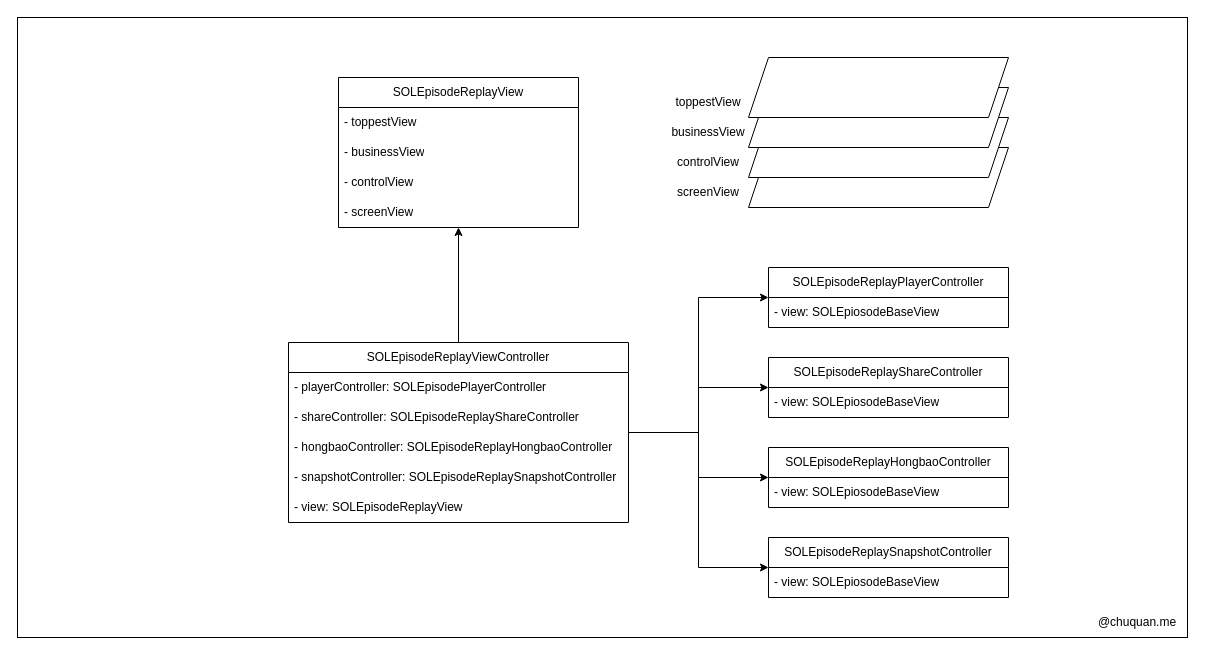
Before: player-arch05.drawio in baochuquan/drawio, a draw.io diagram. Source tidied: cells renumbered, new cells numbered last; positions are measured from the earlier drawing's top-left corner, leaving out a move shared by most shapes. Both pictures are drawn from the tidied source at 100%, with x=0, y=0 at pixel (17, 17).
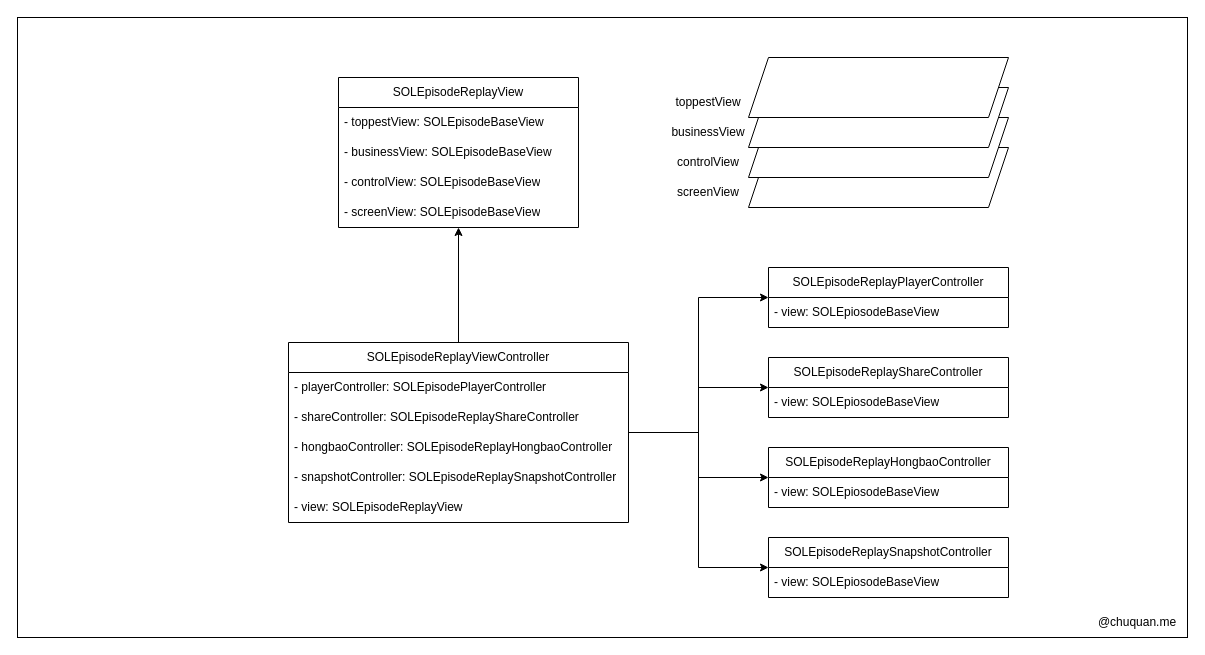
Above is the later version.

The change refers to these unchanged cells:
```xml
<mxCell id="23" value="SOLEpisodeReplayView" style="swimlane;fontStyle=0;horizontal=1;startSize=30;whiteSpace=wrap;html=1;" parent="1" vertex="1">
  <mxGeometry x="321" y="60" width="240" height="150" as="geometry" />
</mxCell>
```

Diff of the diagram source:
```diff
@@
-    <mxCell id="24" value="- toppestView" style="text;strokeColor=none;fillColor=none;align=left;verticalAlign=middle;spacingLeft=4;spacingRight=4;overflow=hidden;whiteSpace=wrap;html=1;" parent="23" vertex="1">
+    <mxCell id="24" value="- toppestView: SOLEpisodeBaseView" style="text;strokeColor=none;fillColor=none;align=left;verticalAlign=middle;spacingLeft=4;spacingRight=4;overflow=hidden;whiteSpace=wrap;html=1;" parent="23" vertex="1">
       <mxGeometry y="30" width="240" height="30" as="geometry" />
     </mxCell>
-    <mxCell id="25" value="- businessView" style="text;strokeColor=none;fillColor=none;align=left;verticalAlign=middle;spacingLeft=4;spacingRight=4;overflow=hidden;whiteSpace=wrap;html=1;" parent="23" vertex="1">
+    <mxCell id="25" value="- businessView: SOLEpisodeBaseView" style="text;strokeColor=none;fillColor=none;align=left;verticalAlign=middle;spacingLeft=4;spacingRight=4;overflow=hidden;whiteSpace=wrap;html=1;" parent="23" vertex="1">
       <mxGeometry y="60" width="240" height="30" as="geometry" />
     </mxCell>
-    <mxCell id="26" value="- controlView" style="text;strokeColor=none;fillColor=none;align=left;verticalAlign=middle;spacingLeft=4;spacingRight=4;overflow=hidden;whiteSpace=wrap;html=1;" parent="23" vertex="1">
+    <mxCell id="26" value="- controlView: SOLEpisodeBaseView" style="text;strokeColor=none;fillColor=none;align=left;verticalAlign=middle;spacingLeft=4;spacingRight=4;overflow=hidden;whiteSpace=wrap;html=1;" parent="23" vertex="1">
       <mxGeometry y="90" width="240" height="30" as="geometry" />
     </mxCell>
-    <mxCell id="27" value="- screenView" style="text;strokeColor=none;fillColor=none;align=left;verticalAlign=middle;spacingLeft=4;spacingRight=4;overflow=hidden;whiteSpace=wrap;html=1;" parent="23" vertex="1">
+    <mxCell id="27" value="- screenView: SOLEpisodeBaseView" style="text;strokeColor=none;fillColor=none;align=left;verticalAlign=middle;spacingLeft=4;spacingRight=4;overflow=hidden;whiteSpace=wrap;html=1;" parent="23" vertex="1">
       <mxGeometry y="120" width="240" height="30" as="geometry" />
     </mxCell>
```
